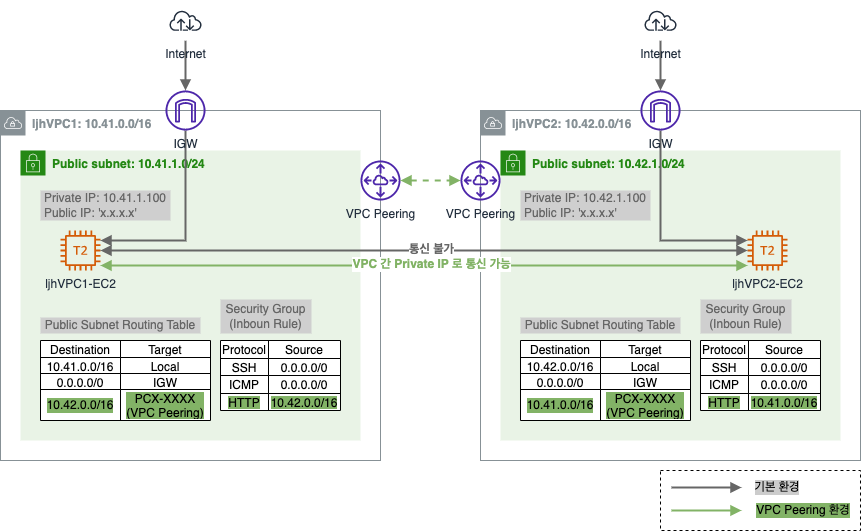
This is assets/img/dev/2022/1204/peering_flow.png from assu10/assu10.github.io, a draw.io export, as it was before one commit. Source tidied: cells renumbered, new cells last; positions are measured from the earlier drawing's top-left corner, leaving out a move shared by most shapes.
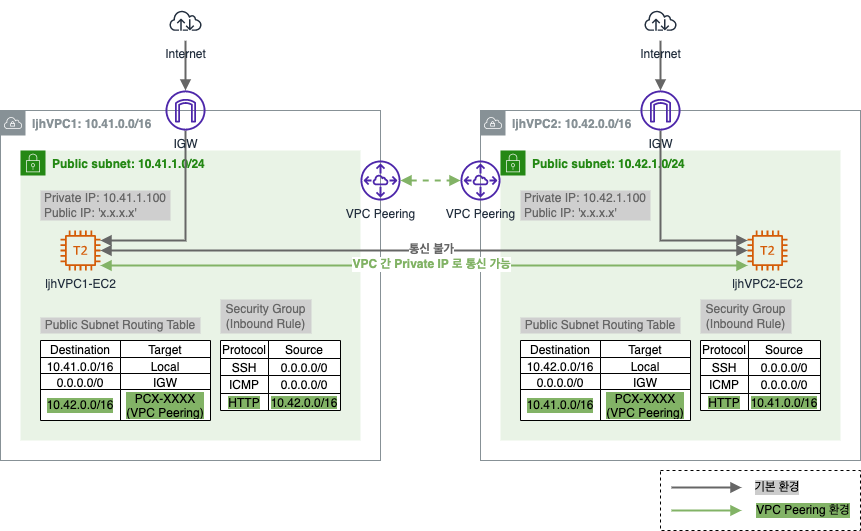
The same diagram one commit later.

Diff of the diagram source:
```diff
@@ -11,7 +11,7 @@
     <mxCell id="4" value="Public Subnet Routing Table" style="text;html=1;strokeColor=none;fillColor=#CFCFCF;align=center;verticalAlign=middle;whiteSpace=wrap;rounded=0;fontColor=#666666;" parent="3" vertex="1">
       <mxGeometry x="20" y="167" width="160" height="16" as="geometry" />
     </mxCell>
-    <mxCell id="5" value="Security Group&lt;br&gt;(Inboun Rule)" style="text;html=1;strokeColor=none;fillColor=#CFCFCF;align=center;verticalAlign=middle;whiteSpace=wrap;rounded=0;fontColor=#666666;" parent="3" vertex="1">
+    <mxCell id="5" value="Security Group&lt;br&gt;(Inbound Rule)" style="text;html=1;strokeColor=none;fillColor=#CFCFCF;align=center;verticalAlign=middle;whiteSpace=wrap;rounded=0;fontColor=#666666;" parent="3" vertex="1">
       <mxGeometry x="200" y="149" width="91" height="34" as="geometry" />
     </mxCell>
     <mxCell id="6" value="ljhVPC1-EC2" style="sketch=0;outlineConnect=0;fontColor=#232F3E;gradientColor=none;fillColor=#D45B07;strokeColor=none;dashed=0;verticalLabelPosition=bottom;verticalAlign=top;align=center;html=1;fontSize=12;fontStyle=0;shape=mxgraph.aws4.t2_instance;" parent="1" vertex="1">
@@ -129,7 +129,7 @@
     <mxCell id="42" value="Public Subnet Routing Table" style="text;html=1;strokeColor=none;fillColor=#CFCFCF;align=center;verticalAlign=middle;whiteSpace=wrap;rounded=0;fontColor=#666666;" parent="41" vertex="1">
       <mxGeometry x="20" y="167" width="160" height="16" as="geometry" />
     </mxCell>
-    <mxCell id="43" value="Security Group&lt;br&gt;(Inboun Rule)" style="text;html=1;strokeColor=none;fillColor=#CFCFCF;align=center;verticalAlign=middle;whiteSpace=wrap;rounded=0;fontColor=#666666;" parent="41" vertex="1">
+    <mxCell id="43" value="Security Group&lt;br&gt;(Inbound Rule)" style="text;html=1;strokeColor=none;fillColor=#CFCFCF;align=center;verticalAlign=middle;whiteSpace=wrap;rounded=0;fontColor=#666666;" parent="41" vertex="1">
       <mxGeometry x="200" y="149" width="91" height="34" as="geometry" />
     </mxCell>
     <mxCell id="44" value="ljhVPC2-EC2" style="sketch=0;outlineConnect=0;fontColor=#232F3E;gradientColor=none;fillColor=#D45B07;strokeColor=none;dashed=0;verticalLabelPosition=bottom;verticalAlign=top;align=center;html=1;fontSize=12;fontStyle=0;shape=mxgraph.aws4.t2_instance;" parent="1" vertex="1">
```
